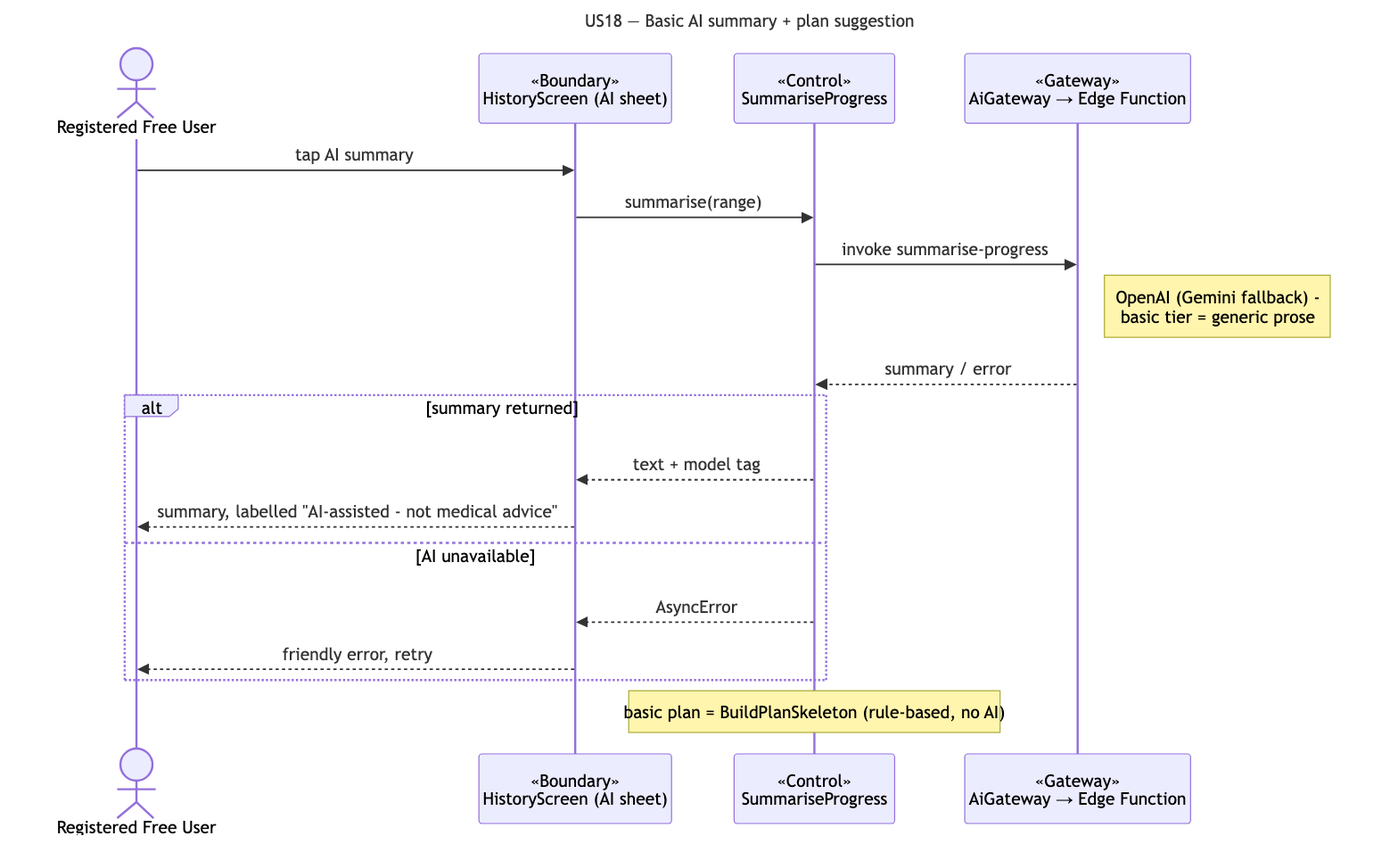
The Mermaid diagram docs/deliverables/sequence-diagrams/US18-basic-ai.png in cyuanjun/FYP-26-S2-37-app, before a commit. Its source is kept beside it as docs/deliverables/sequence-diagrams/src/US18-basic-ai.mmd.
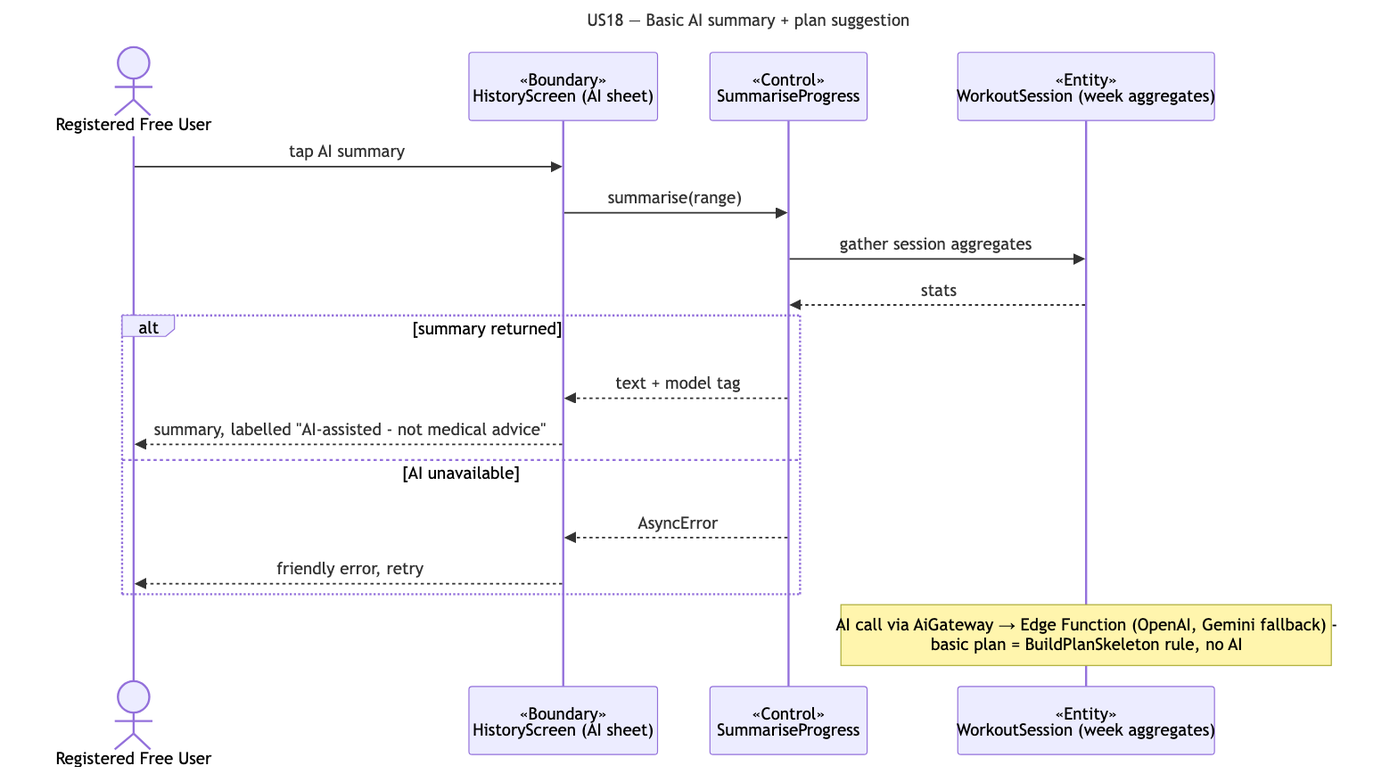
After the commit.

Change to the diagram source:
```diff
@@ -5,12 +5,11 @@
   actor A as Registered Free User
   participant B as «Boundary»<br/>HistoryScreen (AI sheet)
   participant C as «Control»<br/>SummariseProgress
-  participant G as «Gateway»<br/>AiGateway → Edge Function
+  participant E as «Entity»<br/>WorkoutSession (week aggregates)
   A->>B: tap AI summary
   B->>C: summarise(range)
-  C->>G: invoke summarise-progress
-  note right of G: OpenAI (Gemini fallback) -<br/>basic tier = generic prose
-  G-->>C: summary / error
+  C->>E: gather session aggregates
+  E-->>C: stats
   alt summary returned
     C-->>B: text + model tag
     B-->>A: summary, labelled "AI-assisted - not medical advice"
@@ -18,4 +17,4 @@
     C-->>B: AsyncError
     B-->>A: friendly error, retry
   end
-  note over C: basic plan = BuildPlanSkeleton (rule-based, no AI)
+  note over E: AI call via AiGateway → Edge Function (OpenAI, Gemini fallback) -<br/>basic plan = BuildPlanSkeleton rule, no AI
```
